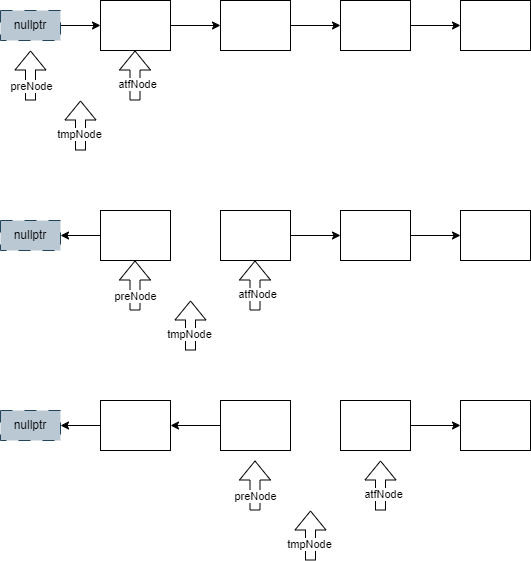
The draw.io diagram CS/算法/重排链表.drawio.png in sirius-zyj/Images, before a commit. Source tidied: cells renumbered, new cells last; positions are measured from the earlier drawing's top-left corner, leaving out a move shared by most shapes.
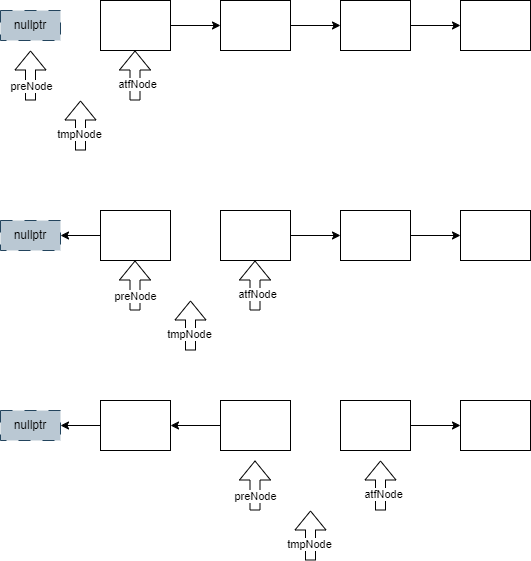
Above is the later version.

Commit message:
更新重排链表.drawio.png

Change to the diagram source:
```diff
@@ -152,9 +152,6 @@
     <mxCell id="40" value="tmpNode" style="edgeLabel;html=1;align=center;verticalAlign=middle;" parent="39" vertex="1">
       <mxGeometry x="-0.32" y="2" relative="1" as="geometry" />
     </mxCell>
-    <mxCell id="41" style="edgeStyle=orthogonalEdgeStyle;rounded=0;jettySize=auto;html=1;exitX=1;exitY=0.5;exitDx=0;exitDy=0;entryX=0;entryY=0.5;entryDx=0;entryDy=0;" parent="1" edge="1" source="42" target="3">
-      <mxGeometry relative="1" as="geometry" />
-    </mxCell>
     <mxCell id="42" value="nullptr" style="rounded=0;whiteSpace=wrap;html=1;dashed=1;dashPattern=12 12;fillColor=#bac8d3;strokeColor=#23445d;" parent="1" vertex="1">
       <mxGeometry y="10" width="60" height="30" as="geometry" />
     </mxCell>
```
